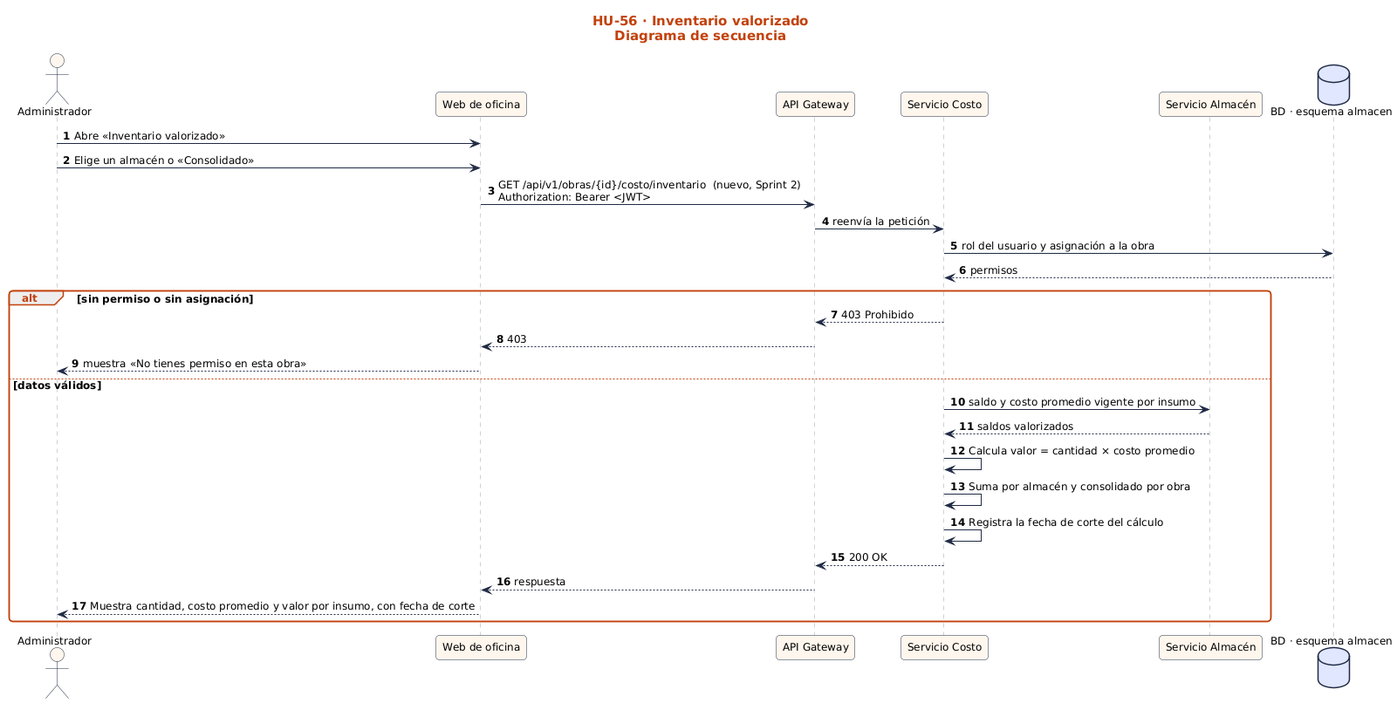
Earlier version of the PlantUML export docs/sprint-2/diagramas-hu/hu-56-inventario-valorizado/secuencia.png (nandoestebanif/sevens-sigro). Its diagram source:
```plantuml
@startuml
!include ../../estilo.iuml
title HU-56 · Inventario valorizado\nDiagrama de secuencia
autonumber
actor "Administrador" as U
participant "Web de oficina" as UI
participant "API Gateway" as GW
participant "Servicio Costo" as S
participant "Servicio Almacén" as X0
database "BD · esquema almacen" as BD
U -> UI : Abre «Inventario valorizado»
U -> UI : Elige un almacén o «Consolidado»
UI -> GW : GET /api/v1/obras/{id}/costo/inventario  (nuevo, Sprint 2)\nAuthorization: Bearer <JWT>
GW -> S : reenvía la petición
S -> BD : rol del usuario y asignación a la obra
BD --> S : permisos
alt sin permiso o sin asignación
  S --> GW : 403 Prohibido
  GW --> UI : 403
  UI --> U : muestra «No tienes permiso en esta obra»
else datos válidos
  S -> X0 : saldo y costo promedio vigente por insumo
  X0 --> S : saldos valorizados
  S -> S : Calcula valor = cantidad × costo promedio
  S -> S : Suma por almacén y consolidado por obra
  S -> S : Registra la fecha de corte del cálculo
  S --> GW : 200 OK
  GW --> UI : respuesta
  UI --> U : Muestra cantidad, costo promedio y valor por insumo, con fecha de corte
end
@enduml
```
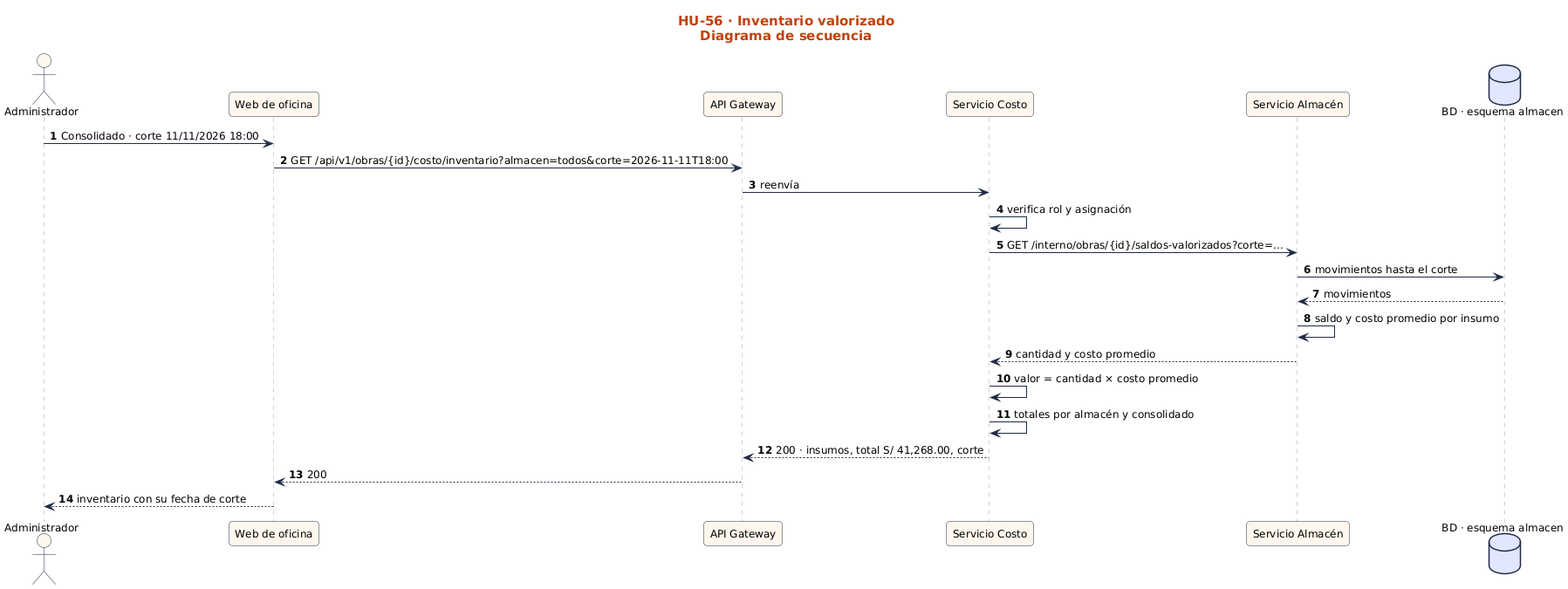
Above is the later version.

The edit, as a diff of the source:
```diff
@@ -5,27 +5,21 @@
 actor "Administrador" as U
 participant "Web de oficina" as UI
 participant "API Gateway" as GW
-participant "Servicio Costo" as S
-participant "Servicio Almacén" as X0
+participant "Servicio Costo" as SK
+participant "Servicio Almacén" as SA
 database "BD · esquema almacen" as BD
-U -> UI : Abre «Inventario valorizado»
-U -> UI : Elige un almacén o «Consolidado»
-UI -> GW : GET /api/v1/obras/{id}/costo/inventario  (nuevo, Sprint 2)\nAuthorization: Bearer <JWT>
-GW -> S : reenvía la petición
-S -> BD : rol del usuario y asignación a la obra
-BD --> S : permisos
-alt sin permiso o sin asignación
-  S --> GW : 403 Prohibido
-  GW --> UI : 403
-  UI --> U : muestra «No tienes permiso en esta obra»
-else datos válidos
-  S -> X0 : saldo y costo promedio vigente por insumo
-  X0 --> S : saldos valorizados
-  S -> S : Calcula valor = cantidad × costo promedio
-  S -> S : Suma por almacén y consolidado por obra
-  S -> S : Registra la fecha de corte del cálculo
-  S --> GW : 200 OK
-  GW --> UI : respuesta
-  UI --> U : Muestra cantidad, costo promedio y valor por insumo, con fecha de corte
-end
+U -> UI : Consolidado · corte 11/11/2026 18:00
+UI -> GW : GET /api/v1/obras/{id}/costo/inventario?almacen=todos&corte=2026-11-11T18:00
+GW -> SK : reenvía
+SK -> SK : verifica rol y asignación
+SK -> SA : GET /interno/obras/{id}/saldos-valorizados?corte=...
+SA -> BD : movimientos hasta el corte
+BD --> SA : movimientos
+SA -> SA : saldo y costo promedio por insumo
+SA --> SK : cantidad y costo promedio
+SK -> SK : valor = cantidad × costo promedio
+SK -> SK : totales por almacén y consolidado
+SK --> GW : 200 · insumos, total S/ 41,268.00, corte
+GW --> UI : 200
+UI --> U : inventario con su fecha de corte
 @enduml
```
